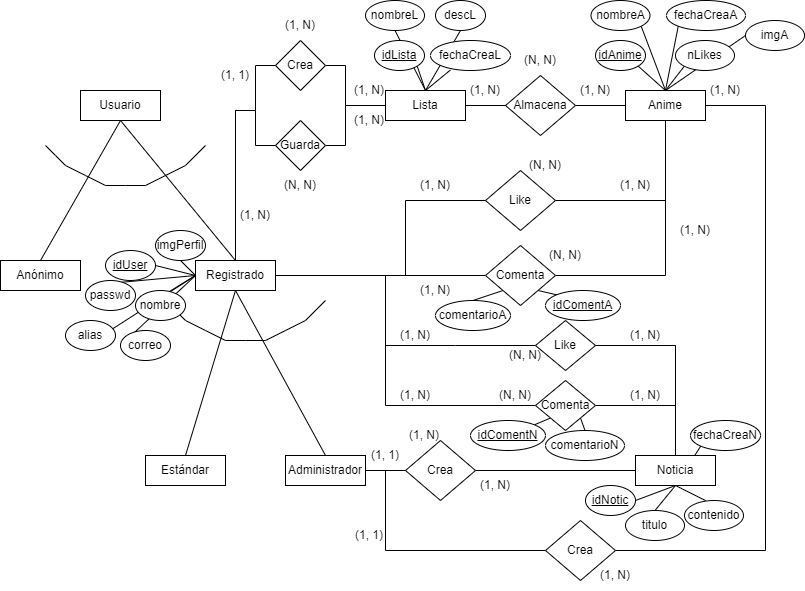
Earlier version of the draw.io export YumeanimeE-R.png (raulfarce01/yumeanime). Source tidied: cells renumbered, new cells last; positions are measured from the earlier drawing's top-left corner, leaving out a move shared by most shapes.
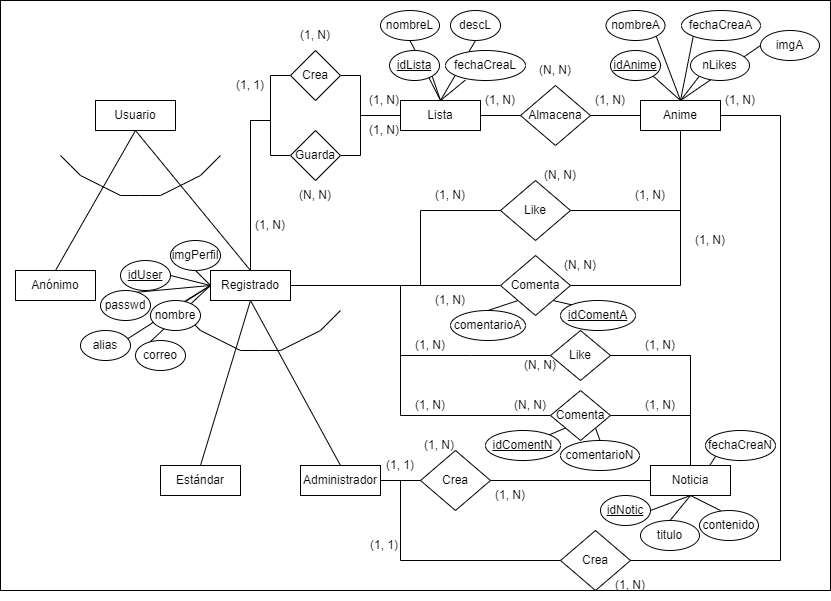
After the change.

What changed in the source:
```diff
@@ -2,6 +2,9 @@
   <root>
     <mxCell id="0" />
     <mxCell id="1" parent="0" />
+    <mxCell id="117" style="rounded=0;whiteSpace=wrap;html=1;" parent="1" vertex="1">
+      <mxGeometry x="-15" y="-10" width="830" height="590" as="geometry" />
+    </mxCell>
     <mxCell id="2" style="endArrow=none;html=1;rounded=0;strokeColor=default;" parent="1" edge="1">
       <mxGeometry relative="1" as="geometry">
         <mxPoint x="165" y="300" as="sourcePoint" />
```
